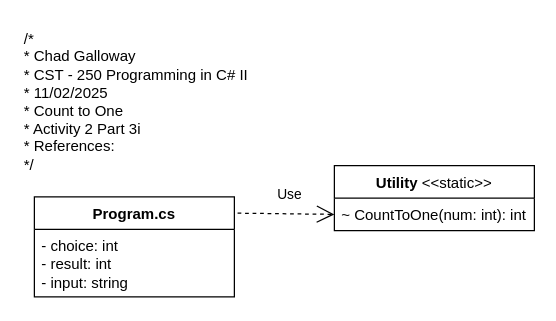
Above: Activity3/Pictures/Activity3_Part1_UML.drawio in CGalloway3/CST-250-Projects (draw.io), before the change. Source tidied: cells renumbered, new cells numbered last; positions are measured from the earlier drawing's top-left corner, leaving out a move shared by most shapes. Both pictures are drawn from the tidied source at 125%, with x=0, y=0 at pixel (21, 21).
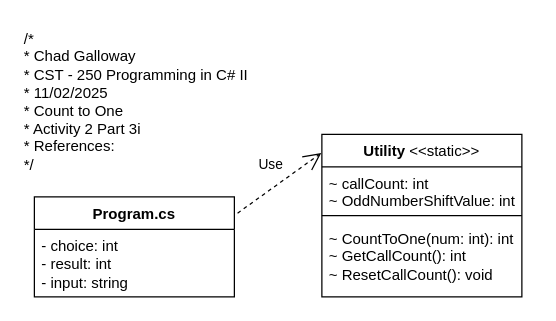
Above is the later version.

Commit message (it also covers changes not shown here):
Created part 2 of activity 3 factorial recursion project.

What changed in the source:
```diff
@@
 <mxGraphModel>
   <root>
     <mxCell id="0" />
     <mxCell id="1" parent="0" />
     <mxCell id="2" value="Program.cs" style="swimlane;fontStyle=1;align=center;verticalAlign=top;horizontal=1;startSize=26;whiteSpace=wrap;html=1;" parent="1" vertex="1">
       <mxGeometry x="10" y="140" width="160" height="80" as="geometry" />
     </mxCell>
     <mxCell id="3" value="- choice: int&lt;div&gt;- result: int&lt;/div&gt;&lt;div&gt;- input: string&lt;/div&gt;" style="text;strokeColor=none;fillColor=none;align=left;verticalAlign=top;spacingLeft=4;spacingRight=4;overflow=hidden;whiteSpace=wrap;html=1;" parent="2" vertex="1">
       <mxGeometry y="26" width="160" height="54" as="geometry" />
     </mxCell>
     <mxCell id="4" value="/*&lt;br&gt; * Chad Galloway&lt;br&gt; * CST - 250 Programming in C# II&lt;br&gt; * 11/02/2025&lt;br&gt; * Count to One&lt;br&gt; * Activity 2 Part 3i&lt;br&gt; * References:&lt;br&gt; */" style="text;whiteSpace=wrap;html=1;" parent="1" vertex="1">
       <mxGeometry width="210" height="140" as="geometry" />
     </mxCell>
+    <mxCell id="7" value="Use" style="endArrow=open;endSize=12;dashed=1;html=1;rounded=0;exitX=1.016;exitY=0.163;exitDx=0;exitDy=0;entryX=-0.003;entryY=0.115;entryDx=0;entryDy=0;exitPerimeter=0;entryPerimeter=0;" parent="1" edge="1" source="2" target="5">
+      <mxGeometry x="0.07" y="16" relative="1" as="geometry" />
+    </mxCell>
     <mxCell id="5" value="Utility &lt;span style=&quot;font-weight: normal;&quot;&gt;&amp;lt;&amp;lt;static&amp;gt;&amp;gt;&lt;/span&gt;" style="swimlane;fontStyle=1;align=center;verticalAlign=top;horizontal=1;startSize=26;whiteSpace=wrap;html=1;" parent="1" vertex="1">
-      <mxGeometry x="250" y="115" width="160" height="52" as="geometry" />
+      <mxGeometry x="240" y="90" width="160" height="130" as="geometry" />
     </mxCell>
-    <mxCell id="6" value="~ CountToOne(num: int): int" style="text;strokeColor=none;fillColor=none;align=left;verticalAlign=top;spacingLeft=4;spacingRight=4;overflow=hidden;points=[[0,0.5],[1,0.5]];portConstraint=eastwest;whiteSpace=wrap;html=1;" parent="5" vertex="1">
-      <mxGeometry y="26" width="160" height="26" as="geometry" />
-    </mxCell>
-    <mxCell id="7" value="Use" style="endArrow=open;endSize=12;dashed=1;html=1;rounded=0;exitX=1.016;exitY=0.163;exitDx=0;exitDy=0;entryX=0;entryY=0.5;entryDx=0;entryDy=0;exitPerimeter=0;" parent="1" edge="1" source="2" target="6">
-      <mxGeometry x="0.07" y="16" relative="1" as="geometry" />
-    </mxCell>
+    <mxCell id="8" value="~ callCount: int&lt;div&gt;~ OddNumberShiftValue: int&lt;/div&gt;" style="text;strokeColor=none;fillColor=none;align=left;verticalAlign=top;spacingLeft=4;spacingRight=4;overflow=hidden;whiteSpace=wrap;html=1;" parent="5" vertex="1">
+      <mxGeometry y="26" width="160" height="34" as="geometry" />
+    </mxCell>
+    <mxCell id="9" style="line;strokeWidth=1;fillColor=none;align=left;verticalAlign=middle;spacingTop=-1;spacingLeft=3;spacingRight=3;labelPosition=right;strokeColor=inherit;" parent="5" vertex="1">
+      <mxGeometry y="60" width="160" height="10" as="geometry" />
+    </mxCell>
+    <mxCell id="10" value="~ CountToOne(num: int): int&lt;div&gt;~ GetCallCount(): int&lt;/div&gt;&lt;div&gt;~ ResetCallCount(): void&lt;/div&gt;" style="text;strokeColor=none;fillColor=none;align=left;verticalAlign=top;spacingLeft=4;spacingRight=4;overflow=hidden;whiteSpace=wrap;html=1;" parent="5" vertex="1">
+      <mxGeometry y="70" width="160" height="60" as="geometry" />
+    </mxCell>
   </root>
 </mxGraphModel>
```
